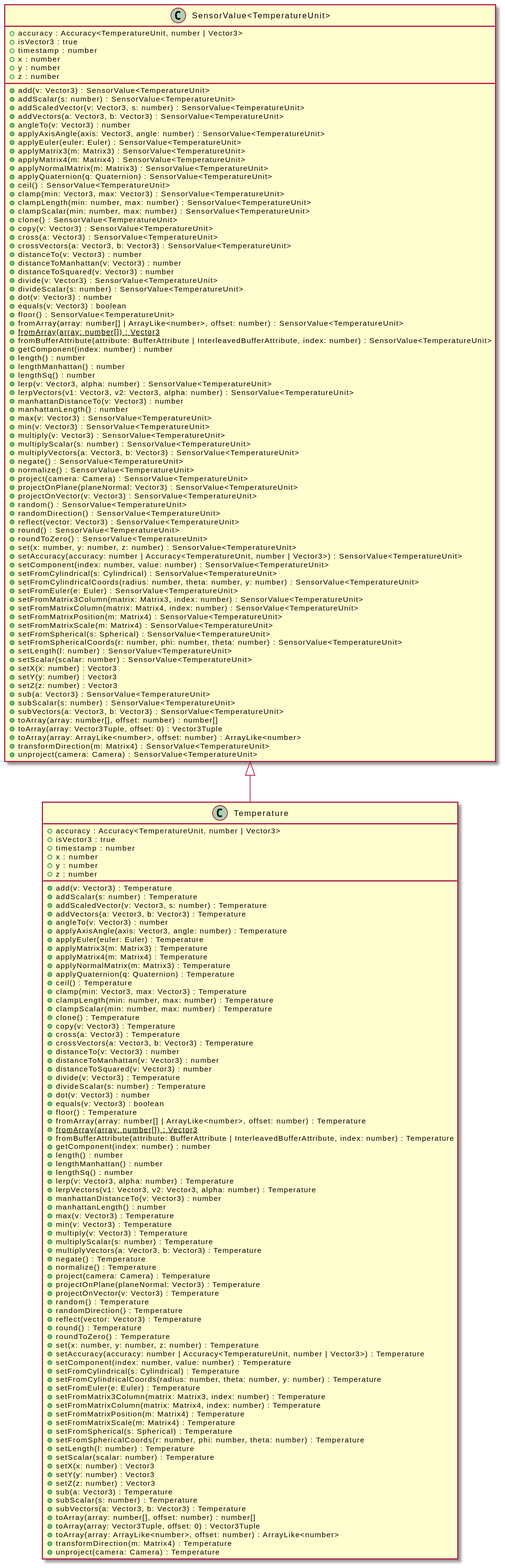
Before: assets/Temperature-umlClassDiagram-5789.svg, a diagram exported from PlantUML (OpenHPS/openhps-core).
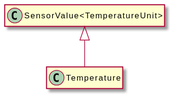
After the commit.

Change to the diagram source:
```diff
@@ -3,176 +3,8 @@
 hide empty methods
 hide empty fields
 class "Temperature" {
-    +accuracy : Accuracy<TemperatureUnit, number | Vector3>
-    +isVector3 : true
-    +timestamp : number
-    +x : number
-    +y : number
-    +z : number
-    +add(v: Vector3) : Temperature
-    +addScalar(s: number) : Temperature
-    +addScaledVector(v: Vector3, s: number) : Temperature
-    +addVectors(a: Vector3, b: Vector3) : Temperature
-    +angleTo(v: Vector3) : number
-    +applyAxisAngle(axis: Vector3, angle: number) : Temperature
-    +applyEuler(euler: Euler) : Temperature
-    +applyMatrix3(m: Matrix3) : Temperature
-    +applyMatrix4(m: Matrix4) : Temperature
-    +applyNormalMatrix(m: Matrix3) : Temperature
-    +applyQuaternion(q: Quaternion) : Temperature
-    +ceil() : Temperature
-    +clamp(min: Vector3, max: Vector3) : Temperature
-    +clampLength(min: number, max: number) : Temperature
-    +clampScalar(min: number, max: number) : Temperature
-    +clone() : Temperature
-    +copy(v: Vector3) : Temperature
-    +cross(a: Vector3) : Temperature
-    +crossVectors(a: Vector3, b: Vector3) : Temperature
-    +distanceTo(v: Vector3) : number
-    +distanceToManhattan(v: Vector3) : number
-    +distanceToSquared(v: Vector3) : number
-    +divide(v: Vector3) : Temperature
-    +divideScalar(s: number) : Temperature
-    +dot(v: Vector3) : number
-    +equals(v: Vector3) : boolean
-    +floor() : Temperature
-    +fromArray(array: number[] | ArrayLike<number>, offset: number) : Temperature
-    {static} +fromArray(array: number[]) : Vector3
-    +fromBufferAttribute(attribute: BufferAttribute | InterleavedBufferAttribute, index: number) : Temperature
-    +getComponent(index: number) : number
-    +length() : number
-    +lengthManhattan() : number
-    +lengthSq() : number
-    +lerp(v: Vector3, alpha: number) : Temperature
-    +lerpVectors(v1: Vector3, v2: Vector3, alpha: number) : Temperature
-    +manhattanDistanceTo(v: Vector3) : number
-    +manhattanLength() : number
-    +max(v: Vector3) : Temperature
-    +min(v: Vector3) : Temperature
-    +multiply(v: Vector3) : Temperature
-    +multiplyScalar(s: number) : Temperature
-    +multiplyVectors(a: Vector3, b: Vector3) : Temperature
-    +negate() : Temperature
-    +normalize() : Temperature
-    +project(camera: Camera) : Temperature
-    +projectOnPlane(planeNormal: Vector3) : Temperature
-    +projectOnVector(v: Vector3) : Temperature
-    +random() : Temperature
-    +randomDirection() : Temperature
-    +reflect(vector: Vector3) : Temperature
-    +round() : Temperature
-    +roundToZero() : Temperature
-    +set(x: number, y: number, z: number) : Temperature
-    +setAccuracy(accuracy: number | Accuracy<TemperatureUnit, number | Vector3>) : Temperature
-    +setComponent(index: number, value: number) : Temperature
-    +setFromCylindrical(s: Cylindrical) : Temperature
-    +setFromCylindricalCoords(radius: number, theta: number, y: number) : Temperature
-    +setFromEuler(e: Euler) : Temperature
-    +setFromMatrix3Column(matrix: Matrix3, index: number) : Temperature
-    +setFromMatrixColumn(matrix: Matrix4, index: number) : Temperature
-    +setFromMatrixPosition(m: Matrix4) : Temperature
-    +setFromMatrixScale(m: Matrix4) : Temperature
-    +setFromSpherical(s: Spherical) : Temperature
-    +setFromSphericalCoords(r: number, phi: number, theta: number) : Temperature
-    +setLength(l: number) : Temperature
-    +setScalar(scalar: number) : Temperature
-    +setX(x: number) : Vector3
-    +setY(y: number) : Vector3
-    +setZ(z: number) : Vector3
-    +sub(a: Vector3) : Temperature
-    +subScalar(s: number) : Temperature
-    +subVectors(a: Vector3, b: Vector3) : Temperature
-    +toArray(array: number[], offset: number) : number[]
-    +toArray(array: Vector3Tuple, offset: 0) : Vector3Tuple
-    +toArray(array: ArrayLike<number>, offset: number) : ArrayLike<number>
-    +transformDirection(m: Matrix4) : Temperature
-    +unproject(camera: Camera) : Temperature
 }
 class "SensorValue<TemperatureUnit>" {
-    +accuracy : Accuracy<TemperatureUnit, number | Vector3>
-    +isVector3 : true
-    +timestamp : number
-    +x : number
-    +y : number
-    +z : number
-    +add(v: Vector3) : SensorValue<TemperatureUnit>
-    +addScalar(s: number) : SensorValue<TemperatureUnit>
-    +addScaledVector(v: Vector3, s: number) : SensorValue<TemperatureUnit>
-    +addVectors(a: Vector3, b: Vector3) : SensorValue<TemperatureUnit>
-    +angleTo(v: Vector3) : number
-    +applyAxisAngle(axis: Vector3, angle: number) : SensorValue<TemperatureUnit>
-    +applyEuler(euler: Euler) : SensorValue<TemperatureUnit>
-    +applyMatrix3(m: Matrix3) : SensorValue<TemperatureUnit>
-    +applyMatrix4(m: Matrix4) : SensorValue<TemperatureUnit>
-    +applyNormalMatrix(m: Matrix3) : SensorValue<TemperatureUnit>
-    +applyQuaternion(q: Quaternion) : SensorValue<TemperatureUnit>
-    +ceil() : SensorValue<TemperatureUnit>
-    +clamp(min: Vector3, max: Vector3) : SensorValue<TemperatureUnit>
-    +clampLength(min: number, max: number) : SensorValue<TemperatureUnit>
-    +clampScalar(min: number, max: number) : SensorValue<TemperatureUnit>
-    +clone() : SensorValue<TemperatureUnit>
-    +copy(v: Vector3) : SensorValue<TemperatureUnit>
-    +cross(a: Vector3) : SensorValue<TemperatureUnit>
-    +crossVectors(a: Vector3, b: Vector3) : SensorValue<TemperatureUnit>
-    +distanceTo(v: Vector3) : number
-    +distanceToManhattan(v: Vector3) : number
-    +distanceToSquared(v: Vector3) : number
-    +divide(v: Vector3) : SensorValue<TemperatureUnit>
-    +divideScalar(s: number) : SensorValue<TemperatureUnit>
-    +dot(v: Vector3) : number
-    +equals(v: Vector3) : boolean
-    +floor() : SensorValue<TemperatureUnit>
-    +fromArray(array: number[] | ArrayLike<number>, offset: number) : SensorValue<TemperatureUnit>
-    {static} +fromArray(array: number[]) : Vector3
-    +fromBufferAttribute(attribute: BufferAttribute | InterleavedBufferAttribute, index: number) : SensorValue<TemperatureUnit>
-    +getComponent(index: number) : number
-    +length() : number
-    +lengthManhattan() : number
-    +lengthSq() : number
-    +lerp(v: Vector3, alpha: number) : SensorValue<TemperatureUnit>
-    +lerpVectors(v1: Vector3, v2: Vector3, alpha: number) : SensorValue<TemperatureUnit>
-    +manhattanDistanceTo(v: Vector3) : number
-    +manhattanLength() : number
-    +max(v: Vector3) : SensorValue<TemperatureUnit>
-    +min(v: Vector3) : SensorValue<TemperatureUnit>
-    +multiply(v: Vector3) : SensorValue<TemperatureUnit>
-    +multiplyScalar(s: number) : SensorValue<TemperatureUnit>
-    +multiplyVectors(a: Vector3, b: Vector3) : SensorValue<TemperatureUnit>
-    +negate() : SensorValue<TemperatureUnit>
-    +normalize() : SensorValue<TemperatureUnit>
-    +project(camera: Camera) : SensorValue<TemperatureUnit>
-    +projectOnPlane(planeNormal: Vector3) : SensorValue<TemperatureUnit>
-    +projectOnVector(v: Vector3) : SensorValue<TemperatureUnit>
-    +random() : SensorValue<TemperatureUnit>
-    +randomDirection() : SensorValue<TemperatureUnit>
-    +reflect(vector: Vector3) : SensorValue<TemperatureUnit>
-    +round() : SensorValue<TemperatureUnit>
-    +roundToZero() : SensorValue<TemperatureUnit>
-    +set(x: number, y: number, z: number) : SensorValue<TemperatureUnit>
-    +setAccuracy(accuracy: number | Accuracy<TemperatureUnit, number | Vector3>) : SensorValue<TemperatureUnit>
-    +setComponent(index: number, value: number) : SensorValue<TemperatureUnit>
-    +setFromCylindrical(s: Cylindrical) : SensorValue<TemperatureUnit>
-    +setFromCylindricalCoords(radius: number, theta: number, y: number) : SensorValue<TemperatureUnit>
-    +setFromEuler(e: Euler) : SensorValue<TemperatureUnit>
-    +setFromMatrix3Column(matrix: Matrix3, index: number) : SensorValue<TemperatureUnit>
-    +setFromMatrixColumn(matrix: Matrix4, index: number) : SensorValue<TemperatureUnit>
-    +setFromMatrixPosition(m: Matrix4) : SensorValue<TemperatureUnit>
-    +setFromMatrixScale(m: Matrix4) : SensorValue<TemperatureUnit>
-    +setFromSpherical(s: Spherical) : SensorValue<TemperatureUnit>
-    +setFromSphericalCoords(r: number, phi: number, theta: number) : SensorValue<TemperatureUnit>
-    +setLength(l: number) : SensorValue<TemperatureUnit>
-    +setScalar(scalar: number) : SensorValue<TemperatureUnit>
-    +setX(x: number) : Vector3
-    +setY(y: number) : Vector3
-    +setZ(z: number) : Vector3
-    +sub(a: Vector3) : SensorValue<TemperatureUnit>
-    +subScalar(s: number) : SensorValue<TemperatureUnit>
-    +subVectors(a: Vector3, b: Vector3) : SensorValue<TemperatureUnit>
-    +toArray(array: number[], offset: number) : number[]
-    +toArray(array: Vector3Tuple, offset: 0) : Vector3Tuple
-    +toArray(array: ArrayLike<number>, offset: number) : ArrayLike<number>
-    +transformDirection(m: Matrix4) : SensorValue<TemperatureUnit>
-    +unproject(camera: Camera) : SensorValue<TemperatureUnit>
 }
 "SensorValue<TemperatureUnit>" <|-- "Temperature"
 @enduml
```
